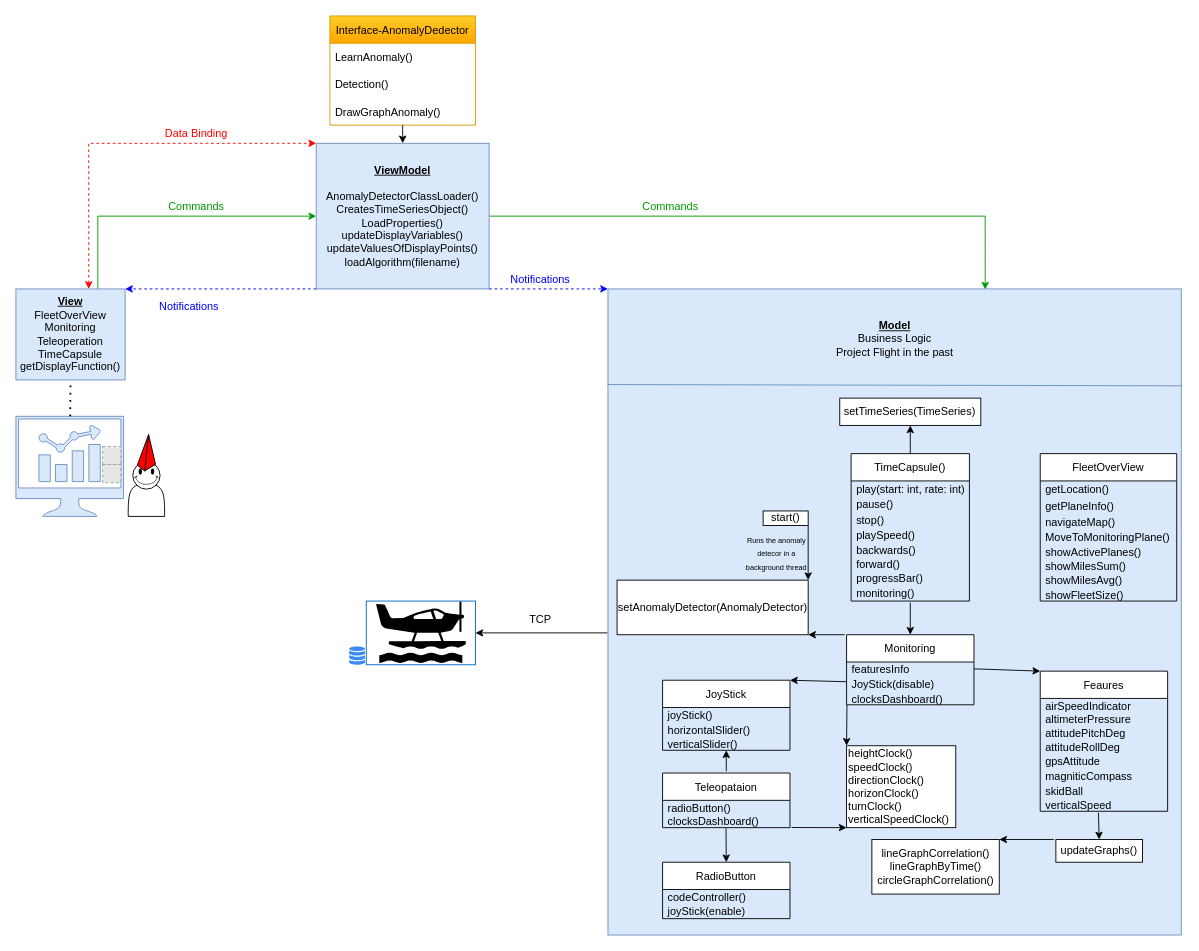
This is Frontend.drawio from meirson1/FlightSimulatorProject, a draw.io file, before an edit. Source tidied: cells renumbered, new cells numbered last; positions are measured from the earlier drawing's top-left corner, leaving out a move shared by most shapes. Both pictures are drawn from the tidied source at 91%, with x=0, y=0 at pixel (15, 15). Pictures stored in the file or linked from it are replaced by grey dashed boxes.
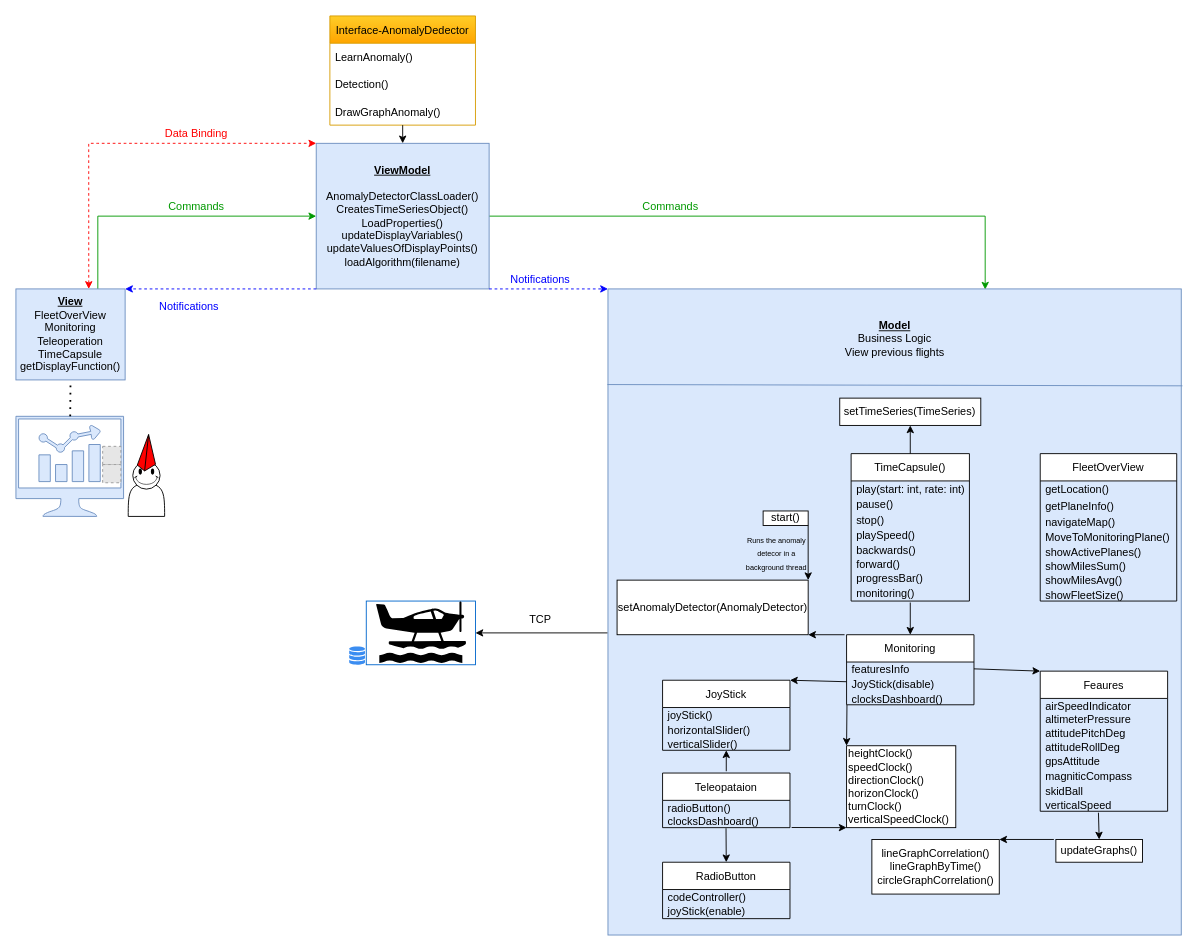
The same page after the edit.

Change to the diagram source:
```diff
@@
-    <mxCell id="6" value="&lt;u style=&quot;font-weight: bold&quot;&gt;Model&lt;/u&gt;&lt;br&gt;Business Logic&lt;br&gt;Project Flight in the past" style="rounded=0;whiteSpace=wrap;html=1;fillColor=#dae8fc;strokeColor=#6c8ebf;spacingTop=-600;" parent="1" vertex="1">
+    <mxCell id="6" value="&lt;u style=&quot;font-weight: bold&quot;&gt;Model&lt;/u&gt;&lt;br&gt;Business Logic&lt;br&gt;View previous flights" style="rounded=0;whiteSpace=wrap;html=1;fillColor=#dae8fc;strokeColor=#6c8ebf;spacingTop=-600;" parent="1" vertex="1">
       <mxGeometry x="650.6" y="300" width="630" height="710" as="geometry" />
     </mxCell>
```
